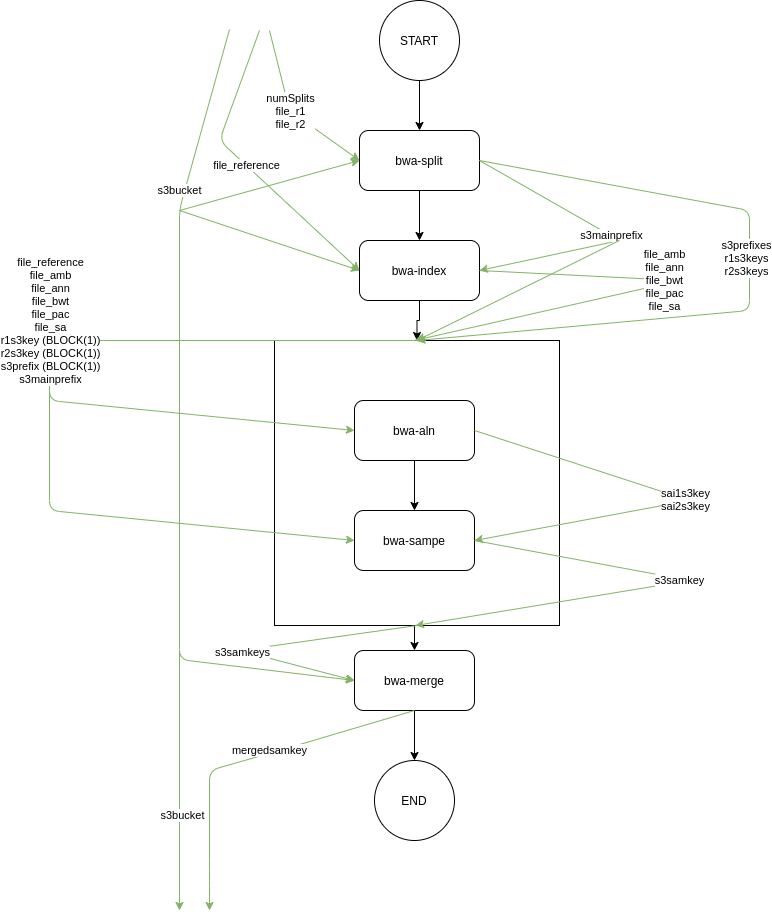
Apollo-Workflows/BWA keeps this draw.io diagram as bwa-slim.png. Above is the earlier version. Source tidied: cells renumbered, new cells last; positions are measured from the earlier drawing's top-left corner, leaving out a move shared by most shapes. The source it was exported from:
```xml
<mxGraphModel>
  <root>
    <mxCell id="0" />
    <mxCell id="1" parent="0" />
    <mxCell id="2" style="edgeStyle=orthogonalEdgeStyle;rounded=0;jettySize=auto;html=1;exitX=0.5;exitY=1;exitDx=0;exitDy=0;" parent="1" edge="1" source="3" target="7">
      <mxGeometry relative="1" as="geometry" />
    </mxCell>
    <mxCell id="3" value="bwa-split" style="rounded=1;whiteSpace=wrap;html=1;" parent="1" vertex="1">
      <mxGeometry x="310" y="130" width="120" height="60" as="geometry" />
    </mxCell>
    <mxCell id="4" style="edgeStyle=orthogonalEdgeStyle;rounded=0;jettySize=auto;html=1;exitX=0.5;exitY=1;exitDx=0;exitDy=0;" parent="1" edge="1" source="5" target="3">
      <mxGeometry relative="1" as="geometry" />
    </mxCell>
    <mxCell id="5" value="START" style="ellipse;whiteSpace=wrap;html=1;" parent="1" vertex="1">
      <mxGeometry x="330" width="80" height="80" as="geometry" />
    </mxCell>
    <mxCell id="6" style="edgeStyle=orthogonalEdgeStyle;rounded=0;jettySize=auto;html=1;exitX=0.5;exitY=1;exitDx=0;exitDy=0;" parent="1" edge="1" source="7" target="9">
      <mxGeometry relative="1" as="geometry" />
    </mxCell>
    <mxCell id="7" value="bwa-index" style="rounded=1;whiteSpace=wrap;html=1;" parent="1" vertex="1">
      <mxGeometry x="310" y="240" width="120" height="60" as="geometry" />
    </mxCell>
    <mxCell id="8" style="edgeStyle=orthogonalEdgeStyle;rounded=0;jettySize=auto;html=1;exitX=0.5;exitY=1;exitDx=0;exitDy=0;entryX=0.5;entryY=0;entryDx=0;entryDy=0;" parent="1" edge="1" source="9" target="14">
      <mxGeometry relative="1" as="geometry" />
    </mxCell>
    <mxCell id="9" style="whiteSpace=wrap;html=1;" parent="1" vertex="1">
      <mxGeometry x="225" y="340" width="285" height="285" as="geometry" />
    </mxCell>
    <mxCell id="10" style="edgeStyle=orthogonalEdgeStyle;rounded=0;jettySize=auto;html=1;exitX=0.5;exitY=1;exitDx=0;exitDy=0;entryX=0.5;entryY=0;entryDx=0;entryDy=0;" parent="1" edge="1" source="11" target="12">
      <mxGeometry relative="1" as="geometry" />
    </mxCell>
    <mxCell id="11" value="bwa-aln&lt;span style=&quot;color: rgba(0 , 0 , 0 , 0) ; font-family: monospace ; font-size: 0px&quot;&gt;%3CmxGraphModel%3E%3Croot%3E%3CmxCell%20id%3D%220%22%2F%3E%3CmxCell%20id%3D%221%22%20parent%3D%220%22%2F%3E%3CmxCell%20id%3D%222%22%20value%3D%22bwa-index%22%20style%3D%22rounded%3D1%3BwhiteSpace%3Dwrap%3Bhtml%3D1%3B%22%20vertex%3D%221%22%20parent%3D%221%22%3E%3CmxGeometry%20x%3D%22370%22%20y%3D%22270%22%20width%3D%22120%22%20height%3D%2260%22%20as%3D%22geometry%22%2F%3E%3C%2FmxCell%3E%3C%2Froot%3E%3C%2FmxGraphModel%3E&lt;/span&gt;" style="rounded=1;whiteSpace=wrap;html=1;" parent="1" vertex="1">
      <mxGeometry x="305" y="400" width="120" height="60" as="geometry" />
    </mxCell>
    <mxCell id="12" value="bwa-sampe" style="rounded=1;whiteSpace=wrap;html=1;" parent="1" vertex="1">
      <mxGeometry x="305" y="510" width="120" height="60" as="geometry" />
    </mxCell>
    <mxCell id="13" style="edgeStyle=orthogonalEdgeStyle;rounded=0;jettySize=auto;html=1;exitX=0.5;exitY=1;exitDx=0;exitDy=0;entryX=0.5;entryY=0;entryDx=0;entryDy=0;" parent="1" edge="1" source="14" target="15">
      <mxGeometry relative="1" as="geometry" />
    </mxCell>
    <mxCell id="14" value="bwa-merge" style="rounded=1;whiteSpace=wrap;html=1;" parent="1" vertex="1">
      <mxGeometry x="305" y="650" width="120" height="60" as="geometry" />
    </mxCell>
    <mxCell id="15" value="END" style="ellipse;whiteSpace=wrap;html=1;" parent="1" vertex="1">
      <mxGeometry x="325" y="760" width="80" height="80" as="geometry" />
    </mxCell>
    <mxCell id="16" value="numSplits&lt;br&gt;file_r1&lt;br&gt;file_r2" style="endArrow=classic;html=1;entryX=0;entryY=0.5;entryDx=0;entryDy=0;fillColor=#d5e8d4;strokeColor=#82b366;" parent="1" edge="1" target="3">
      <mxGeometry relative="1" as="geometry">
        <mxPoint x="220" y="30" as="sourcePoint" />
        <Array as="points">
          <mxPoint x="240" y="110" />
        </Array>
      </mxGeometry>
    </mxCell>
    <mxCell id="17" value="file_reference" style="endArrow=classic;html=1;entryX=0;entryY=0.5;entryDx=0;entryDy=0;fillColor=#d5e8d4;strokeColor=#82b366;" parent="1" edge="1" target="7">
      <mxGeometry relative="1" as="geometry">
        <mxPoint x="210" y="30" as="sourcePoint" />
        <Array as="points">
          <mxPoint x="170" y="140" />
        </Array>
      </mxGeometry>
    </mxCell>
    <mxCell id="18" value="s3mainprefix" style="endArrow=classic;html=1;entryX=1;entryY=0.5;entryDx=0;entryDy=0;fillColor=#d5e8d4;strokeColor=#82b366;exitX=1;exitY=0.5;exitDx=0;exitDy=0;" parent="1" edge="1" source="3" target="7">
      <mxGeometry relative="1" as="geometry">
        <Array as="points">
          <mxPoint x="570" y="240" />
        </Array>
      </mxGeometry>
    </mxCell>
    <mxCell id="19" style="endArrow=classic;html=1;fillColor=#d5e8d4;strokeColor=#82b366;entryX=0.5;entryY=0;entryDx=0;entryDy=0;" parent="1" edge="1" target="9">
      <mxGeometry relative="1" as="geometry">
        <mxPoint x="570" y="240" as="sourcePoint" />
      </mxGeometry>
    </mxCell>
    <mxCell id="20" value="s3bucket" style="endArrow=classic;html=1;fillColor=#d5e8d4;strokeColor=#82b366;entryX=0;entryY=0.5;entryDx=0;entryDy=0;" parent="1" edge="1" target="14">
      <mxGeometry x="-0.59" y="-5" relative="1" as="geometry">
        <mxPoint x="180" y="29" as="sourcePoint" />
        <Array as="points">
          <mxPoint x="130" y="209" />
          <mxPoint x="130" y="659" />
        </Array>
      </mxGeometry>
    </mxCell>
    <mxCell id="21" style="endArrow=classic;html=1;entryX=0;entryY=0.5;entryDx=0;entryDy=0;fillColor=#d5e8d4;strokeColor=#82b366;" parent="1" edge="1" target="3">
      <mxGeometry relative="1" as="geometry">
        <mxPoint x="130" y="210" as="sourcePoint" />
      </mxGeometry>
    </mxCell>
    <mxCell id="22" style="endArrow=classic;html=1;entryX=0;entryY=0.5;entryDx=0;entryDy=0;fillColor=#d5e8d4;strokeColor=#82b366;" parent="1" edge="1" target="7">
      <mxGeometry relative="1" as="geometry">
        <mxPoint x="130" y="210" as="sourcePoint" />
      </mxGeometry>
    </mxCell>
    <mxCell id="23" value="s3prefixes&lt;br&gt;r1s3keys&lt;br&gt;r2s3keys" style="endArrow=classic;html=1;entryX=0.5;entryY=0;entryDx=0;entryDy=0;fillColor=#d5e8d4;strokeColor=#82b366;exitX=1;exitY=0.5;exitDx=0;exitDy=0;" parent="1" edge="1" source="3" target="9">
      <mxGeometry x="-0.09" y="-3" relative="1" as="geometry">
        <Array as="points">
          <mxPoint x="700" y="210" />
          <mxPoint x="700" y="310" />
        </Array>
      </mxGeometry>
    </mxCell>
    <mxCell id="24" value="file_amb&lt;br&gt;file_ann&lt;br&gt;file_bwt&lt;br&gt;file_pac&lt;br&gt;file_sa" style="endArrow=classic;html=1;fillColor=#d5e8d4;strokeColor=#82b366;exitX=1;exitY=0.5;exitDx=0;exitDy=0;" parent="1" edge="1">
      <mxGeometry x="-0.09" y="-3" relative="1" as="geometry">
        <mxPoint x="430" y="270" as="sourcePoint" />
        <mxPoint x="365" y="340" as="targetPoint" />
        <Array as="points">
          <mxPoint x="630" y="280" />
        </Array>
      </mxGeometry>
    </mxCell>
    <mxCell id="25" value="sai1s3key&lt;br&gt;sai2s3key" style="endArrow=classic;html=1;fillColor=#d5e8d4;strokeColor=#82b366;exitX=1;exitY=0.5;exitDx=0;exitDy=0;entryX=1;entryY=0.5;entryDx=0;entryDy=0;" parent="1" edge="1" source="11" target="12">
      <mxGeometry relative="1" as="geometry">
        <Array as="points">
          <mxPoint x="640" y="500" />
        </Array>
      </mxGeometry>
    </mxCell>
    <mxCell id="26" value="file_reference&lt;br&gt;file_amb&lt;br&gt;file_ann&lt;br&gt;file_bwt&lt;br&gt;file_pac&lt;br&gt;file_sa&lt;br&gt;r1s3key (BLOCK(1))&lt;br&gt;r2s3key (BLOCK(1))&lt;br&gt;s3prefix (BLOCK(1))&lt;br&gt;s3mainprefix&lt;br&gt;" style="endArrow=classic;html=1;fillColor=#d5e8d4;strokeColor=#82b366;exitX=0.5;exitY=0;exitDx=0;exitDy=0;entryX=0;entryY=0.5;entryDx=0;entryDy=0;" parent="1" edge="1" source="9" target="11">
      <mxGeometry y="-20" relative="1" as="geometry">
        <Array as="points">
          <mxPoint y="340" />
          <mxPoint y="400" />
        </Array>
      </mxGeometry>
    </mxCell>
    <mxCell id="27" style="endArrow=classic;html=1;entryX=0;entryY=0.5;entryDx=0;entryDy=0;fillColor=#d5e8d4;strokeColor=#82b366;" parent="1" edge="1" target="12">
      <mxGeometry relative="1" as="geometry">
        <mxPoint y="390" as="sourcePoint" />
        <Array as="points">
          <mxPoint y="510" />
        </Array>
      </mxGeometry>
    </mxCell>
    <mxCell id="28" value="s3samkeys" style="endArrow=classic;html=1;fillColor=#d5e8d4;strokeColor=#82b366;exitX=0.5;exitY=1;exitDx=0;exitDy=0;entryX=0;entryY=0.5;entryDx=0;entryDy=0;" parent="1" edge="1" source="9" target="14">
      <mxGeometry x="0.19" y="2" relative="1" as="geometry">
        <Array as="points">
          <mxPoint x="190" y="650" />
        </Array>
      </mxGeometry>
    </mxCell>
    <mxCell id="29" value="s3samkey" style="endArrow=classic;html=1;fillColor=#d5e8d4;strokeColor=#82b366;exitX=1;exitY=0.5;exitDx=0;exitDy=0;" parent="1" edge="1">
      <mxGeometry x="-0.08" y="-2" relative="1" as="geometry">
        <mxPoint x="425" y="540" as="sourcePoint" />
        <mxPoint x="366" y="625" as="targetPoint" />
        <Array as="points">
          <mxPoint x="640" y="580" />
        </Array>
      </mxGeometry>
    </mxCell>
    <mxCell id="30" value="mergedsamkey" style="endArrow=classic;html=1;fillColor=#d5e8d4;strokeColor=#82b366;exitX=0.5;exitY=1;exitDx=0;exitDy=0;" parent="1" edge="1" source="14">
      <mxGeometry x="-0.15" y="-3" relative="1" as="geometry">
        <mxPoint x="160" y="910" as="targetPoint" />
        <Array as="points">
          <mxPoint x="230" y="750" />
          <mxPoint x="160" y="770" />
          <mxPoint x="160" y="870" />
        </Array>
      </mxGeometry>
    </mxCell>
    <mxCell id="31" style="endArrow=classic;html=1;fillColor=#d5e8d4;strokeColor=#82b366;" parent="1" edge="1">
      <mxGeometry relative="1" as="geometry">
        <mxPoint x="130" y="650" as="sourcePoint" />
        <mxPoint x="130" y="910" as="targetPoint" />
      </mxGeometry>
    </mxCell>
    <mxCell id="32" value="s3bucket" style="edgeLabel;html=1;align=center;verticalAlign=middle;" parent="31" vertex="1">
      <mxGeometry x="0.26" y="2" relative="1" as="geometry" />
    </mxCell>
  </root>
</mxGraphModel>
```
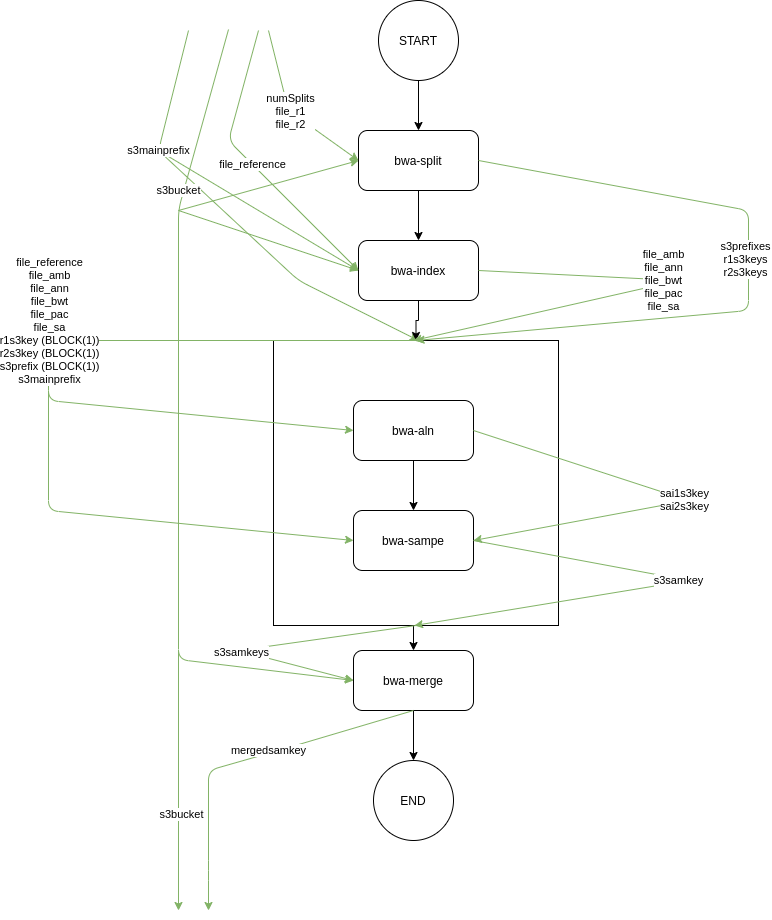
The same diagram one commit later.

Commit message:
BWA: update diagram

Diff of the diagram source:
```diff
@@ -2,6 +2,15 @@
   <root>
     <mxCell id="0" />
     <mxCell id="1" parent="0" />
+    <mxCell id="33" style="endArrow=classic;html=1;fillColor=#d5e8d4;strokeColor=#82b366;" parent="1" edge="1">
+      <mxGeometry relative="1" as="geometry">
+        <mxPoint x="110" y="150" as="sourcePoint" />
+        <mxPoint x="370" y="340" as="targetPoint" />
+        <Array as="points">
+          <mxPoint x="250" y="280" />
+        </Array>
+      </mxGeometry>
+    </mxCell>
     <mxCell id="2" style="edgeStyle=orthogonalEdgeStyle;rounded=0;jettySize=auto;html=1;exitX=0.5;exitY=1;exitDx=0;exitDy=0;" parent="1" edge="1" source="3" target="7">
       <mxGeometry relative="1" as="geometry" />
     </mxCell>
@@ -56,22 +65,10 @@
       <mxGeometry relative="1" as="geometry">
         <mxPoint x="210" y="30" as="sourcePoint" />
         <Array as="points">
-          <mxPoint x="170" y="140" />
+          <mxPoint x="180" y="140" />
         </Array>
       </mxGeometry>
     </mxCell>
-    <mxCell id="18" value="s3mainprefix" style="endArrow=classic;html=1;entryX=1;entryY=0.5;entryDx=0;entryDy=0;fillColor=#d5e8d4;strokeColor=#82b366;exitX=1;exitY=0.5;exitDx=0;exitDy=0;" parent="1" edge="1" source="3" target="7">
-      <mxGeometry relative="1" as="geometry">
-        <Array as="points">
-          <mxPoint x="570" y="240" />
-        </Array>
-      </mxGeometry>
-    </mxCell>
-    <mxCell id="19" style="endArrow=classic;html=1;fillColor=#d5e8d4;strokeColor=#82b366;entryX=0.5;entryY=0;entryDx=0;entryDy=0;" parent="1" edge="1" target="9">
-      <mxGeometry relative="1" as="geometry">
-        <mxPoint x="570" y="240" as="sourcePoint" />
-      </mxGeometry>
-    </mxCell>
     <mxCell id="20" value="s3bucket" style="endArrow=classic;html=1;fillColor=#d5e8d4;strokeColor=#82b366;entryX=0;entryY=0.5;entryDx=0;entryDy=0;" parent="1" edge="1" target="14">
       <mxGeometry x="-0.59" y="-5" relative="1" as="geometry">
         <mxPoint x="180" y="29" as="sourcePoint" />
@@ -166,5 +163,14 @@
     <mxCell id="32" value="s3bucket" style="edgeLabel;html=1;align=center;verticalAlign=middle;" parent="31" vertex="1">
       <mxGeometry x="0.26" y="2" relative="1" as="geometry" />
     </mxCell>
+    <mxCell id="18" value="s3mainprefix" style="endArrow=classic;html=1;fillColor=#d5e8d4;strokeColor=#82b366;" parent="1" edge="1">
+      <mxGeometry x="-0.31" relative="1" as="geometry">
+        <mxPoint x="140" y="30" as="sourcePoint" />
+        <mxPoint x="310" y="270" as="targetPoint" />
+        <Array as="points">
+          <mxPoint x="110" y="150" />
+        </Array>
+      </mxGeometry>
+    </mxCell>
   </root>
 </mxGraphModel>
```
